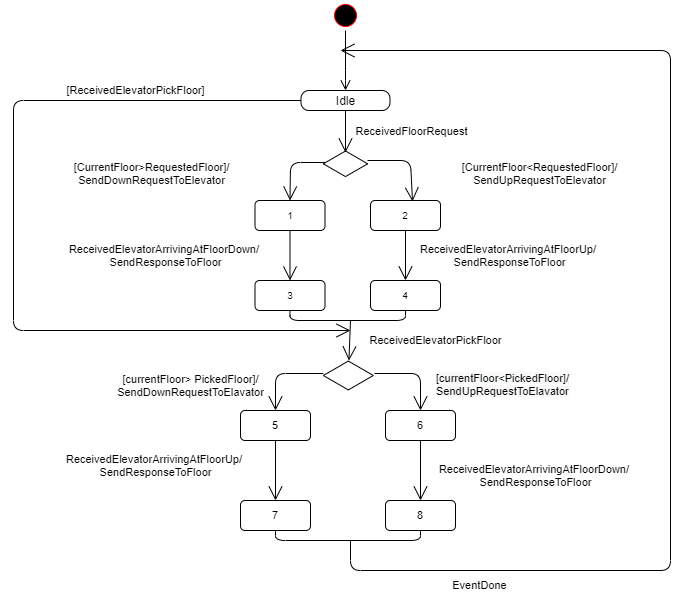
The draw.io diagram miscellaneous/diagrams/State_Machine_Scheduler.png in SunnyPujari08/SYSC3303_L3_G3_Project, before a commit. Source tidied: cells renumbered, new cells last; positions are measured from the earlier drawing's top-left corner, leaving out a move shared by most shapes.
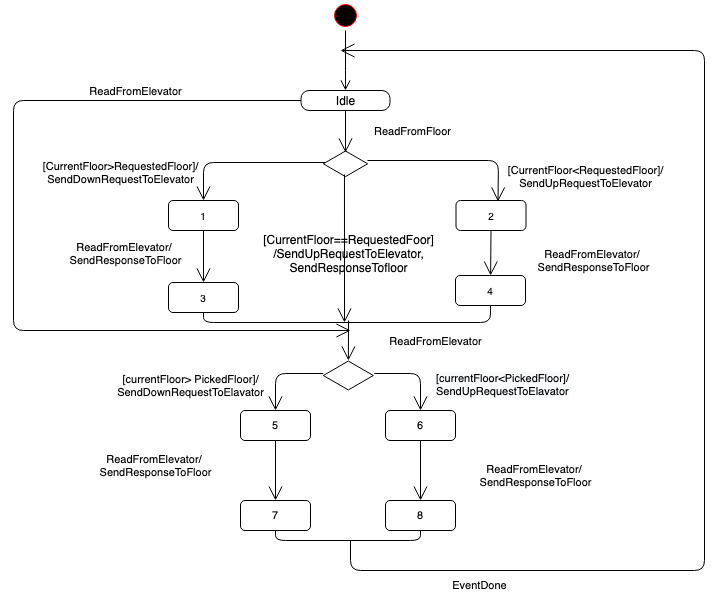
The same diagram one commit later.

What changed in the source:
```diff
@@ -18,26 +18,26 @@
     <mxCell id="5" style="html=1;whiteSpace=wrap;shape=isoRectangle;fontSize=7;rotation=0;" parent="1" vertex="1">
       <mxGeometry x="309.8" y="150" width="44.3" height="26.6" as="geometry" />
     </mxCell>
-    <mxCell id="6" value="ReceivedFloorRequest" style="text;html=1;align=center;verticalAlign=middle;fontSize=11;" parent="1" vertex="1">
-      <mxGeometry x="337" y="122" width="122" height="17" as="geometry" />
+    <mxCell id="6" value="ReadFromFloor" style="text;html=1;align=center;verticalAlign=middle;fontSize=11;" parent="1" vertex="1">
+      <mxGeometry x="355" y="122" width="87" height="17" as="geometry" />
     </mxCell>
     <mxCell id="7" value="2" style="shape=ext;rounded=1;html=1;whiteSpace=wrap;fontSize=10;" parent="1" vertex="1">
-      <mxGeometry x="357" y="200" width="70" height="30" as="geometry" />
+      <mxGeometry x="442.5" y="200" width="70" height="30" as="geometry" />
     </mxCell>
     <mxCell id="8" value="[CurrentFloor&amp;lt;RequestedFloor]/&lt;br&gt;SendUpRequestToElevator" style="text;html=1;align=center;verticalAlign=middle;fontSize=11;" parent="1" vertex="1">
-      <mxGeometry x="442.5" y="158" width="166" height="30" as="geometry" />
+      <mxGeometry x="489" y="161" width="166" height="30" as="geometry" />
     </mxCell>
     <mxCell id="9" value="4" style="shape=ext;rounded=1;html=1;whiteSpace=wrap;fontSize=10;" parent="1" vertex="1">
-      <mxGeometry x="357" y="280" width="70" height="30" as="geometry" />
+      <mxGeometry x="442" y="275" width="70" height="30" as="geometry" />
     </mxCell>
     <mxCell id="10" style="endArrow=open;endFill=1;endSize=12;html=1;strokeColor=#000000;fontSize=11;exitX=0.5;exitY=1;exitDx=0;exitDy=0;" parent="1" edge="1" source="7" target="9">
       <mxGeometry relative="1" as="geometry" />
     </mxCell>
-    <mxCell id="11" value="ReceivedElevatorArrivingAtFloorUp/ &lt;br&gt;SendResponseToFloor" style="text;html=1;align=center;verticalAlign=middle;fontSize=11;" parent="1" vertex="1">
-      <mxGeometry x="400.5" y="240" width="190" height="30" as="geometry" />
+    <mxCell id="11" value="ReadFromElevator/ &lt;br&gt;SendResponseToFloor" style="text;html=1;align=center;verticalAlign=middle;fontSize=11;" parent="1" vertex="1">
+      <mxGeometry x="519" y="245" width="122" height="30" as="geometry" />
     </mxCell>
-    <mxCell id="12" value="ReceivedElevatorPickFloor" style="text;html=1;align=center;verticalAlign=middle;fontSize=11;" parent="1" vertex="1">
-      <mxGeometry x="347" y="330" width="150" height="20" as="geometry" />
+    <mxCell id="12" value="ReadFromElevator" style="text;html=1;align=center;verticalAlign=middle;fontSize=11;" parent="1" vertex="1">
+      <mxGeometry x="371" y="332" width="102" height="17" as="geometry" />
     </mxCell>
     <mxCell id="13" style="html=1;whiteSpace=wrap;shape=isoRectangle;fontSize=11;" parent="1" vertex="1">
       <mxGeometry x="309.8" y="360" width="50" height="30" as="geometry" />
@@ -60,8 +60,8 @@
     <mxCell id="19" style="endArrow=open;endFill=1;endSize=12;html=1;strokeColor=#000000;fontSize=11;exitX=0.5;exitY=1;exitDx=0;exitDy=0;entryX=0.5;entryY=0;entryDx=0;entryDy=0;" parent="1" edge="1" source="15" target="18">
       <mxGeometry relative="1" as="geometry" />
     </mxCell>
-    <mxCell id="20" value="ReceivedElevatorArrivingAtFloorUp/ &lt;br&gt;SendResponseToFloor" style="text;html=1;align=center;verticalAlign=middle;fontSize=11;" parent="1" vertex="1">
-      <mxGeometry x="47" y="450" width="190" height="30" as="geometry" />
+    <mxCell id="20" value="ReadFromElevator/ &lt;br&gt;SendResponseToFloor" style="text;html=1;align=center;verticalAlign=middle;fontSize=11;" parent="1" vertex="1">
+      <mxGeometry x="81" y="450" width="122" height="30" as="geometry" />
     </mxCell>
     <mxCell id="21" value="8" style="shape=ext;rounded=1;html=1;whiteSpace=wrap;fontSize=11;" parent="1" vertex="1">
       <mxGeometry x="372" y="500" width="70" height="30" as="geometry" />
@@ -69,8 +69,8 @@
     <mxCell id="22" style="endArrow=open;endFill=1;endSize=12;html=1;strokeColor=#000000;fontSize=11;exitX=0.5;exitY=1;exitDx=0;exitDy=0;entryX=0.5;entryY=0;entryDx=0;entryDy=0;" parent="1" edge="1" source="14" target="21">
       <mxGeometry relative="1" as="geometry" />
     </mxCell>
-    <mxCell id="23" value="ReceivedElevatorArrivingAtFloorDown/ &lt;br&gt;SendResponseToFloor" style="text;html=1;align=center;verticalAlign=middle;fontSize=11;" parent="1" vertex="1">
-      <mxGeometry x="417" y="460" width="210" height="30" as="geometry" />
+    <mxCell id="23" value="ReadFromElevator/ &lt;br&gt;SendResponseToFloor" style="text;html=1;align=center;verticalAlign=middle;fontSize=11;" parent="1" vertex="1">
+      <mxGeometry x="461" y="460" width="122" height="30" as="geometry" />
     </mxCell>
     <mxCell id="24" style="endArrow=none;html=1;edgeStyle=orthogonalEdgeStyle;strokeColor=#000000;fontSize=11;exitX=0.5;exitY=1;exitDx=0;exitDy=0;entryX=0.5;entryY=1;entryDx=0;entryDy=0;" parent="1" edge="1" source="18" target="21">
       <mxGeometry relative="1" as="geometry">
@@ -86,8 +86,8 @@
         <mxPoint x="327" y="50" as="targetPoint" />
         <Array as="points">
           <mxPoint x="337" y="570" />
-          <mxPoint x="657" y="570" />
-          <mxPoint x="657" y="50" />
+          <mxPoint x="691" y="570" />
+          <mxPoint x="691" y="50" />
         </Array>
       </mxGeometry>
     </mxCell>
@@ -97,7 +97,7 @@
     <mxCell id="27" style="endArrow=open;endFill=1;endSize=12;html=1;strokeColor=#000000;fontSize=11;exitX=0.996;exitY=0.376;exitDx=0;exitDy=0;exitPerimeter=0;entryX=0.6;entryY=0.033;entryDx=0;entryDy=0;entryPerimeter=0;" parent="1" edge="1" source="5" target="7">
       <mxGeometry relative="1" as="geometry">
         <Array as="points">
-          <mxPoint x="397" y="160" />
+          <mxPoint x="485" y="160" />
         </Array>
       </mxGeometry>
     </mxCell>
@@ -116,7 +116,7 @@
       </mxGeometry>
     </mxCell>
     <mxCell id="30" value="1" style="shape=ext;rounded=1;html=1;whiteSpace=wrap;fontSize=10;" parent="1" vertex="1">
-      <mxGeometry x="241.5" y="200" width="70" height="30" as="geometry" />
+      <mxGeometry x="155" y="200" width="70" height="30" as="geometry" />
     </mxCell>
     <mxCell id="31" style="endArrow=open;endFill=1;endSize=12;html=1;strokeColor=#000000;fontSize=11;exitX=0.5;exitY=1;exitDx=0;exitDy=0;entryX=0.5;entryY=0.075;entryDx=0;entryDy=0;entryPerimeter=0;" parent="1" edge="1" source="4" target="5">
       <mxGeometry relative="1" as="geometry" />
@@ -124,28 +124,28 @@
     <mxCell id="32" style="endArrow=open;endFill=1;endSize=12;html=1;strokeColor=#000000;fontSize=11;exitX=0.049;exitY=0.451;exitDx=0;exitDy=0;exitPerimeter=0;entryX=0.5;entryY=0;entryDx=0;entryDy=0;" parent="1" edge="1" source="5" target="30">
       <mxGeometry relative="1" as="geometry">
         <Array as="points">
-          <mxPoint x="277" y="162" />
+          <mxPoint x="190" y="162" />
         </Array>
       </mxGeometry>
     </mxCell>
     <mxCell id="33" value="[CurrentFloor&amp;gt;RequestedFloor]/&lt;br&gt;SendDownRequestToElevator" style="text;html=1;align=center;verticalAlign=middle;fontSize=11;" parent="1" vertex="1">
-      <mxGeometry x="55" y="158" width="166" height="30" as="geometry" />
+      <mxGeometry x="24" y="157" width="166" height="30" as="geometry" />
     </mxCell>
     <mxCell id="34" value="3" style="shape=ext;rounded=1;html=1;whiteSpace=wrap;fontSize=10;" parent="1" vertex="1">
-      <mxGeometry x="241.5" y="280" width="70" height="30" as="geometry" />
+      <mxGeometry x="155" y="282" width="70" height="30" as="geometry" />
     </mxCell>
     <mxCell id="35" style="endArrow=open;endFill=1;endSize=12;html=1;strokeColor=#000000;fontSize=11;exitX=0.5;exitY=1;exitDx=0;exitDy=0;entryX=0.5;entryY=0;entryDx=0;entryDy=0;" parent="1" edge="1" source="30" target="34">
       <mxGeometry relative="1" as="geometry" />
     </mxCell>
-    <mxCell id="36" value="ReceivedElevatorArrivingAtFloorDown/ &lt;br&gt;SendResponseToFloor" style="text;html=1;align=center;verticalAlign=middle;fontSize=11;" parent="1" vertex="1">
-      <mxGeometry x="47" y="240" width="210" height="30" as="geometry" />
+    <mxCell id="36" value="ReadFromElevator/ &lt;br&gt;SendResponseToFloor" style="text;html=1;align=center;verticalAlign=middle;fontSize=11;" parent="1" vertex="1">
+      <mxGeometry x="51" y="238" width="122" height="30" as="geometry" />
     </mxCell>
     <mxCell id="37" style="endArrow=none;html=1;edgeStyle=orthogonalEdgeStyle;strokeColor=#000000;fontSize=11;exitX=0.5;exitY=1;exitDx=0;exitDy=0;entryX=0.5;entryY=1;entryDx=0;entryDy=0;" parent="1" edge="1" source="34" target="9">
       <mxGeometry relative="1" as="geometry" />
     </mxCell>
     <mxCell id="38" style="endArrow=open;endFill=1;endSize=12;html=1;strokeColor=#000000;fontSize=11;" parent="1" edge="1" target="13">
       <mxGeometry relative="1" as="geometry">
-        <mxPoint x="337" y="320" as="sourcePoint" />
+        <mxPoint x="335" y="320" as="sourcePoint" />
       </mxGeometry>
     </mxCell>
     <mxCell id="39" style="endArrow=open;endFill=1;endSize=12;html=1;strokeColor=#000000;fontSize=11;exitX=0;exitY=0.5;exitDx=0;exitDy=0;" parent="1" edge="1" source="4">
@@ -157,8 +157,16 @@
         </Array>
       </mxGeometry>
     </mxCell>
-    <mxCell id="40" value="[ReceivedElevatorPickFloor]" style="text;html=1;align=center;verticalAlign=middle;fontSize=11;" parent="1" vertex="1">
-      <mxGeometry x="47" y="80" width="150" height="20" as="geometry" />
+    <mxCell id="40" value="ReadFromElevator" style="text;html=1;align=center;verticalAlign=middle;fontSize=11;" parent="1" vertex="1">
+      <mxGeometry x="71" y="82" width="102" height="17" as="geometry" />
     </mxCell>
+    <mxCell id="41" style="endArrow=open;endFill=1;endSize=12;html=1;exitX=0.477;exitY=0.902;exitDx=0;exitDy=0;exitPerimeter=0;" parent="1" edge="1" source="5">
+      <mxGeometry relative="1" as="geometry">
+        <mxPoint x="331" y="322" as="targetPoint" />
+      </mxGeometry>
+    </mxCell>
+    <mxCell id="42" value="[CurrentFloor==RequestedFoor]&lt;br&gt;/SendUpRequestToElevator,&lt;br&gt;SendResponseTofloor" style="text;html=1;align=center;verticalAlign=middle;" parent="1" vertex="1">
+      <mxGeometry x="244.3" y="230" width="181" height="46" as="geometry" />
+    </mxCell>
   </root>
 </mxGraphModel>
```
